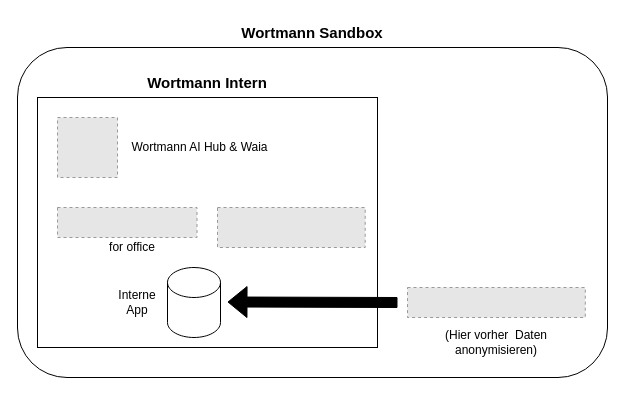
Above: sandbox.drawio in TKraski/drawio (draw.io), before the change. Source tidied: cells renumbered, new cells numbered last; positions are measured from the earlier drawing's top-left corner, leaving out a move shared by most shapes. Both pictures are drawn from the tidied source at 100%, with x=0, y=0 at pixel (17, 17). Pictures stored in the file or linked from it are replaced by grey dashed boxes.
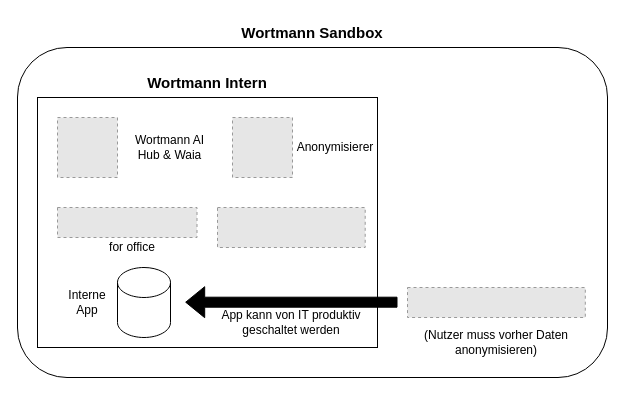
After the change.

What changed in the source:
```diff
@@
 <mxGraphModel>
   <root>
     <mxCell id="0" />
     <mxCell id="1" parent="0" />
     <mxCell id="2" style="rounded=1;whiteSpace=wrap;html=1;" parent="1" vertex="1">
       <mxGeometry y="30" width="590" height="330" as="geometry" />
     </mxCell>
     <mxCell id="3" style="rounded=0;whiteSpace=wrap;html=1;" parent="1" vertex="1">
       <mxGeometry x="20" y="80" width="340" height="250" as="geometry" />
     </mxCell>
     <mxCell id="4" value="&lt;b&gt;&lt;font style=&quot;font-size: 15px;&quot;&gt;Wortmann Intern&lt;/font&gt;&lt;/b&gt;" style="text;html=1;whiteSpace=wrap;strokeColor=none;fillColor=none;align=center;verticalAlign=middle;rounded=0;" parent="1" vertex="1">
       <mxGeometry x="105" y="50" width="170" height="30" as="geometry" />
     </mxCell>
     <mxCell id="5" style="fillColor=#E6E6E6;strokeColor=#999999;dashed=1;verticalLabelPosition=bottom;labelBackgroundColor=default;verticalAlign=top;" parent="1" vertex="1">
       <mxGeometry x="390" y="270" width="177.8" height="30" as="geometry" />
     </mxCell>
     <mxCell id="6" style="fillColor=#E6E6E6;strokeColor=#999999;dashed=1;verticalLabelPosition=bottom;labelBackgroundColor=default;verticalAlign=top;" parent="1" vertex="1">
       <mxGeometry x="40" y="190" width="139.5" height="30" as="geometry" />
     </mxCell>
     <mxCell id="7" value="for office" style="text;html=1;whiteSpace=wrap;strokeColor=none;fillColor=none;align=center;verticalAlign=middle;rounded=0;" parent="1" vertex="1">
       <mxGeometry x="90" y="220" width="50" height="20" as="geometry" />
     </mxCell>
     <mxCell id="8" style="fillColor=#E6E6E6;strokeColor=#999999;dashed=1;verticalLabelPosition=bottom;labelBackgroundColor=default;verticalAlign=top;" parent="1" vertex="1">
       <mxGeometry x="40" y="100" width="60" height="60" as="geometry" />
     </mxCell>
     <mxCell id="9" value="Wortmann AI Hub &amp;amp; Waia" style="text;html=1;whiteSpace=wrap;strokeColor=none;fillColor=none;align=center;verticalAlign=middle;rounded=0;" parent="1" vertex="1">
-      <mxGeometry x="105" y="115" width="155" height="30" as="geometry" />
+      <mxGeometry x="105" y="115" width="95" height="30" as="geometry" />
     </mxCell>
     <mxCell id="10" style="fillColor=#E6E6E6;strokeColor=#999999;dashed=1;verticalLabelPosition=bottom;labelBackgroundColor=default;verticalAlign=top;" parent="1" vertex="1">
       <mxGeometry x="200" y="190" width="147.7" height="40" as="geometry" />
     </mxCell>
     <mxCell id="11" style="shape=flexArrow;endArrow=classic;html=1;rounded=0;labelBackgroundColor=#000000;fillColor=#000000;gradientColor=none;" parent="1" edge="1">
       <mxGeometry relative="1" as="geometry">
-        <mxPoint x="380" y="285" as="sourcePoint" />
-        <mxPoint x="210" y="284.5" as="targetPoint" />
+        <mxPoint x="380" y="284.7" as="sourcePoint" />
+        <mxPoint x="167.7" y="284.7" as="targetPoint" />
       </mxGeometry>
     </mxCell>
     <mxCell id="12" style="shape=cylinder3;whiteSpace=wrap;html=1;boundedLbl=1;backgroundOutline=1;size=15;" parent="1" vertex="1">
-      <mxGeometry x="150" y="250" width="53" height="70" as="geometry" />
+      <mxGeometry x="100" y="250" width="53" height="70" as="geometry" />
     </mxCell>
     <mxCell id="13" value="Interne App" style="text;html=1;whiteSpace=wrap;strokeColor=none;fillColor=none;align=center;verticalAlign=middle;rounded=0;" parent="1" vertex="1">
-      <mxGeometry x="90" y="270" width="60" height="30" as="geometry" />
+      <mxGeometry x="40" y="270" width="60" height="30" as="geometry" />
     </mxCell>
     <mxCell id="14" value="&lt;b&gt;&lt;font style=&quot;font-size: 15px;&quot;&gt;Wortmann Sandbox&lt;/font&gt;&lt;/b&gt;" style="text;html=1;whiteSpace=wrap;strokeColor=none;fillColor=none;align=center;verticalAlign=middle;rounded=0;" parent="1" vertex="1">
       <mxGeometry x="210" width="170" height="30" as="geometry" />
     </mxCell>
-    <mxCell id="15" value="(Hier vorher&amp;nbsp; Daten anonymisieren)" style="text;html=1;whiteSpace=wrap;strokeColor=none;fillColor=none;align=center;verticalAlign=middle;rounded=0;" parent="1" vertex="1">
+    <mxCell id="15" value="(Nutzer muss vorher Daten anonymisieren)" style="text;html=1;whiteSpace=wrap;strokeColor=none;fillColor=none;align=center;verticalAlign=middle;rounded=0;" parent="1" vertex="1">
       <mxGeometry x="393.9" y="310" width="170" height="30" as="geometry" />
     </mxCell>
+    <mxCell id="16" value="App kann von IT produktiv geschaltet werden" style="text;html=1;whiteSpace=wrap;strokeColor=none;fillColor=none;align=center;verticalAlign=middle;rounded=0;" parent="1" vertex="1">
+      <mxGeometry x="188.8" y="290" width="170" height="30" as="geometry" />
+    </mxCell>
+    <mxCell id="17" value="Anonymisierer" style="text;html=1;whiteSpace=wrap;strokeColor=none;fillColor=none;align=center;verticalAlign=middle;rounded=0;" parent="1" vertex="1">
+      <mxGeometry x="287.7" y="115" width="60" height="30" as="geometry" />
+    </mxCell>
+    <mxCell id="18" style="fillColor=#E6E6E6;strokeColor=#999999;dashed=1;verticalLabelPosition=bottom;labelBackgroundColor=default;verticalAlign=top;" parent="1" vertex="1">
+      <mxGeometry x="215" y="100" width="60" height="60" as="geometry" />
+    </mxCell>
   </root>
 </mxGraphModel>
```
